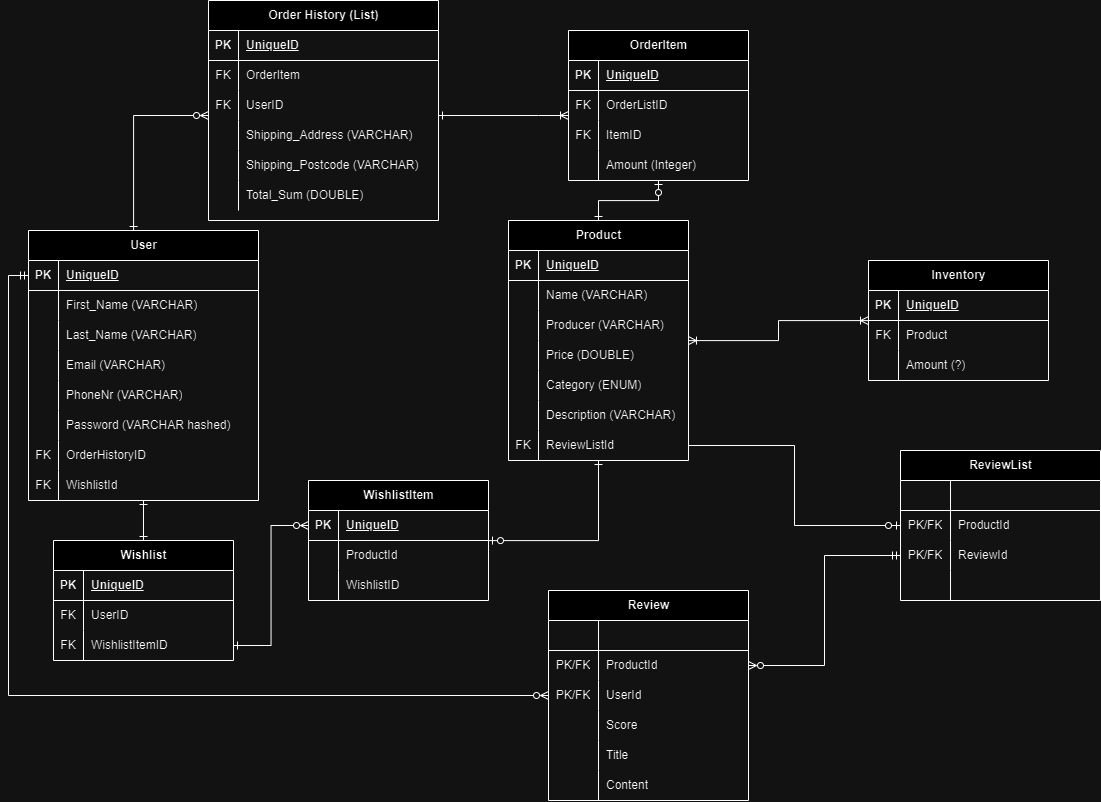
The draw.io diagram Documentation/ER diagram.png in TheGrevling/Project-Marketplace-Backend, before a commit. Source tidied: cells renumbered, new cells last; positions are measured from the earlier drawing's top-left corner, leaving out a move shared by most shapes.
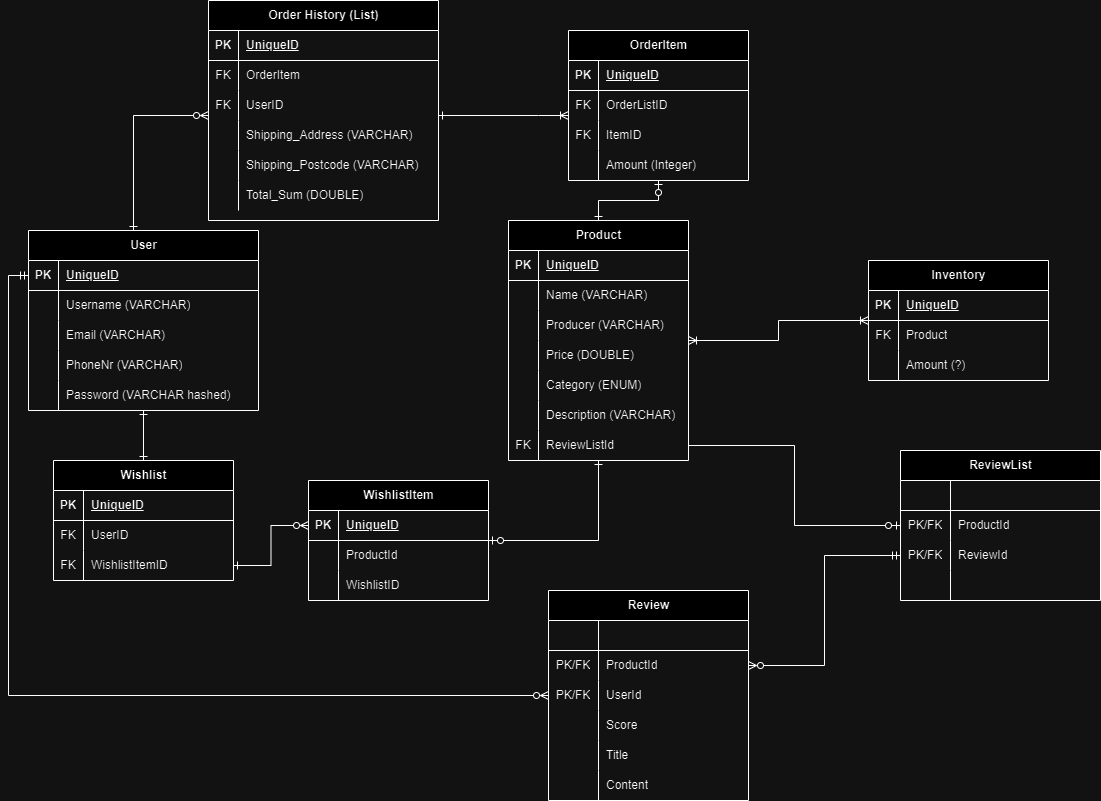
Later version of the same file.

Diff of the diagram source:
```diff
@@ -13,7 +13,7 @@
       <mxGeometry relative="1" as="geometry" />
     </mxCell>
     <mxCell id="4" value="User" style="shape=table;startSize=30;rowLines=0;fontStyle=1;align=center;html=1;" parent="1" vertex="1">
-      <mxGeometry y="230" width="230" height="270" as="geometry" />
+      <mxGeometry y="230" width="230" height="180" as="geometry" />
     </mxCell>
     <mxCell id="5" style="shape=tableRow;horizontal=0;startSize=0;swimlaneHead=0;swimlaneBody=0;fillColor=none;points=[[0,0.5],[1,0.5]];portConstraint=eastwest;top=0;left=0;right=0;bottom=1;" parent="4" vertex="1">
       <mxGeometry y="30" width="230" height="30" as="geometry" />
@@ -30,20 +30,11 @@
     <mxCell id="9" style="shape=partialRectangle;fillColor=none;top=0;left=0;bottom=0;right=0;overflow=hidden;whiteSpace=wrap;html=1;" parent="8" vertex="1">
       <mxGeometry width="30" height="30" as="geometry" />
     </mxCell>
-    <mxCell id="10" value="First_Name (VARCHAR)" style="shape=partialRectangle;fillColor=none;top=0;left=0;bottom=0;right=0;align=left;spacingLeft=6;overflow=hidden;whiteSpace=wrap;html=1;" parent="8" vertex="1">
+    <mxCell id="10" value="Username (VARCHAR)" style="shape=partialRectangle;fillColor=none;top=0;left=0;bottom=0;right=0;align=left;spacingLeft=6;overflow=hidden;whiteSpace=wrap;html=1;" parent="8" vertex="1">
       <mxGeometry x="30" width="200" height="30" as="geometry" />
     </mxCell>
-    <mxCell id="11" style="shape=tableRow;horizontal=0;startSize=0;swimlaneHead=0;swimlaneBody=0;fillColor=none;top=0;left=0;right=0;bottom=0;" parent="4" vertex="1">
-      <mxGeometry y="90" width="230" height="30" as="geometry" />
-    </mxCell>
-    <mxCell id="12" style="shape=partialRectangle;fillColor=none;top=0;left=0;bottom=0;right=0;overflow=hidden;whiteSpace=wrap;html=1;" parent="11" vertex="1">
-      <mxGeometry width="30" height="30" as="geometry" />
-    </mxCell>
-    <mxCell id="13" value="Last_Name (VARCHAR)" style="shape=partialRectangle;fillColor=none;top=0;left=0;bottom=0;right=0;align=left;spacingLeft=6;overflow=hidden;whiteSpace=wrap;html=1;" parent="11" vertex="1">
-      <mxGeometry x="30" width="200" height="30" as="geometry" />
-    </mxCell>
     <mxCell id="14" style="shape=tableRow;horizontal=0;startSize=0;swimlaneHead=0;swimlaneBody=0;fillColor=none;top=0;left=0;right=0;bottom=0;" parent="4" vertex="1">
-      <mxGeometry y="120" width="230" height="30" as="geometry" />
+      <mxGeometry y="90" width="230" height="30" as="geometry" />
     </mxCell>
     <mxCell id="15" style="shape=partialRectangle;fillColor=none;top=0;left=0;bottom=0;right=0;overflow=hidden;whiteSpace=wrap;html=1;" parent="14" vertex="1">
       <mxGeometry width="30" height="30" as="geometry" />
@@ -52,7 +43,7 @@
       <mxGeometry x="30" width="200" height="30" as="geometry" />
     </mxCell>
     <mxCell id="17" style="shape=tableRow;horizontal=0;startSize=0;swimlaneHead=0;swimlaneBody=0;fillColor=none;top=0;left=0;right=0;bottom=0;" parent="4" vertex="1">
-      <mxGeometry y="150" width="230" height="30" as="geometry" />
+      <mxGeometry y="120" width="230" height="30" as="geometry" />
     </mxCell>
     <mxCell id="18" style="shape=partialRectangle;fillColor=none;top=0;left=0;bottom=0;right=0;overflow=hidden;whiteSpace=wrap;html=1;" parent="17" vertex="1">
       <mxGeometry width="30" height="30" as="geometry" />
@@ -61,7 +52,7 @@
       <mxGeometry x="30" width="200" height="30" as="geometry" />
     </mxCell>
     <mxCell id="20" style="shape=tableRow;horizontal=0;startSize=0;swimlaneHead=0;swimlaneBody=0;fillColor=none;top=0;left=0;right=0;bottom=0;" parent="4" vertex="1">
-      <mxGeometry y="180" width="230" height="30" as="geometry" />
+      <mxGeometry y="150" width="230" height="30" as="geometry" />
     </mxCell>
     <mxCell id="21" style="shape=partialRectangle;fillColor=none;top=0;left=0;bottom=0;right=0;overflow=hidden;whiteSpace=wrap;html=1;" parent="20" vertex="1">
       <mxGeometry width="30" height="30" as="geometry" />
@@ -69,24 +60,6 @@
     <mxCell id="22" value="Password (VARCHAR hashed)" style="shape=partialRectangle;fillColor=none;top=0;left=0;bottom=0;right=0;align=left;spacingLeft=6;overflow=hidden;whiteSpace=wrap;html=1;" parent="20" vertex="1">
       <mxGeometry x="30" width="200" height="30" as="geometry" />
     </mxCell>
-    <mxCell id="23" style="shape=tableRow;horizontal=0;startSize=0;swimlaneHead=0;swimlaneBody=0;fillColor=none;top=0;left=0;right=0;bottom=0;" parent="4" vertex="1">
-      <mxGeometry y="210" width="230" height="30" as="geometry" />
-    </mxCell>
-    <mxCell id="24" value="FK" style="shape=partialRectangle;fillColor=none;top=0;left=0;bottom=0;right=0;overflow=hidden;whiteSpace=wrap;html=1;" parent="23" vertex="1">
-      <mxGeometry width="30" height="30" as="geometry" />
-    </mxCell>
-    <mxCell id="25" value="OrderHistoryID" style="shape=partialRectangle;fillColor=none;top=0;left=0;bottom=0;right=0;align=left;spacingLeft=6;overflow=hidden;whiteSpace=wrap;html=1;" parent="23" vertex="1">
-      <mxGeometry x="30" width="200" height="30" as="geometry" />
-    </mxCell>
-    <mxCell id="26" style="shape=tableRow;horizontal=0;startSize=0;swimlaneHead=0;swimlaneBody=0;fillColor=none;top=0;left=0;right=0;bottom=0;" parent="4" vertex="1">
-      <mxGeometry y="240" width="230" height="30" as="geometry" />
-    </mxCell>
-    <mxCell id="27" value="FK" style="shape=partialRectangle;fillColor=none;top=0;left=0;bottom=0;right=0;overflow=hidden;whiteSpace=wrap;html=1;" parent="26" vertex="1">
-      <mxGeometry width="30" height="30" as="geometry" />
-    </mxCell>
-    <mxCell id="28" value="WishlistId" style="shape=partialRectangle;fillColor=none;top=0;left=0;bottom=0;right=0;align=left;spacingLeft=6;overflow=hidden;whiteSpace=wrap;html=1;" parent="26" vertex="1">
-      <mxGeometry x="30" width="200" height="30" as="geometry" />
-    </mxCell>
     <mxCell id="29" style="edgeStyle=orthogonalEdgeStyle;rounded=0;jettySize=auto;html=1;startArrow=ERone;startFill=0;endArrow=ERoneToMany;endFill=0;" parent="1" edge="1" source="30" target="105">
       <mxGeometry relative="1" as="geometry">
         <Array as="points">
@@ -258,7 +231,7 @@
       <mxGeometry relative="1" as="geometry" />
     </mxCell>
     <mxCell id="84" value="Wishlist" style="shape=table;startSize=30;rowLines=0;fontStyle=1;align=center;html=1;" parent="1" vertex="1">
-      <mxGeometry x="25" y="540" width="180" height="120" as="geometry" />
+      <mxGeometry x="25" y="460" width="180" height="120" as="geometry" />
     </mxCell>
     <mxCell id="85" style="shape=tableRow;horizontal=0;startSize=0;swimlaneHead=0;swimlaneBody=0;fillColor=none;top=0;left=0;right=0;bottom=1;" parent="84" vertex="1">
       <mxGeometry y="30" width="180" height="30" as="geometry" />
```
